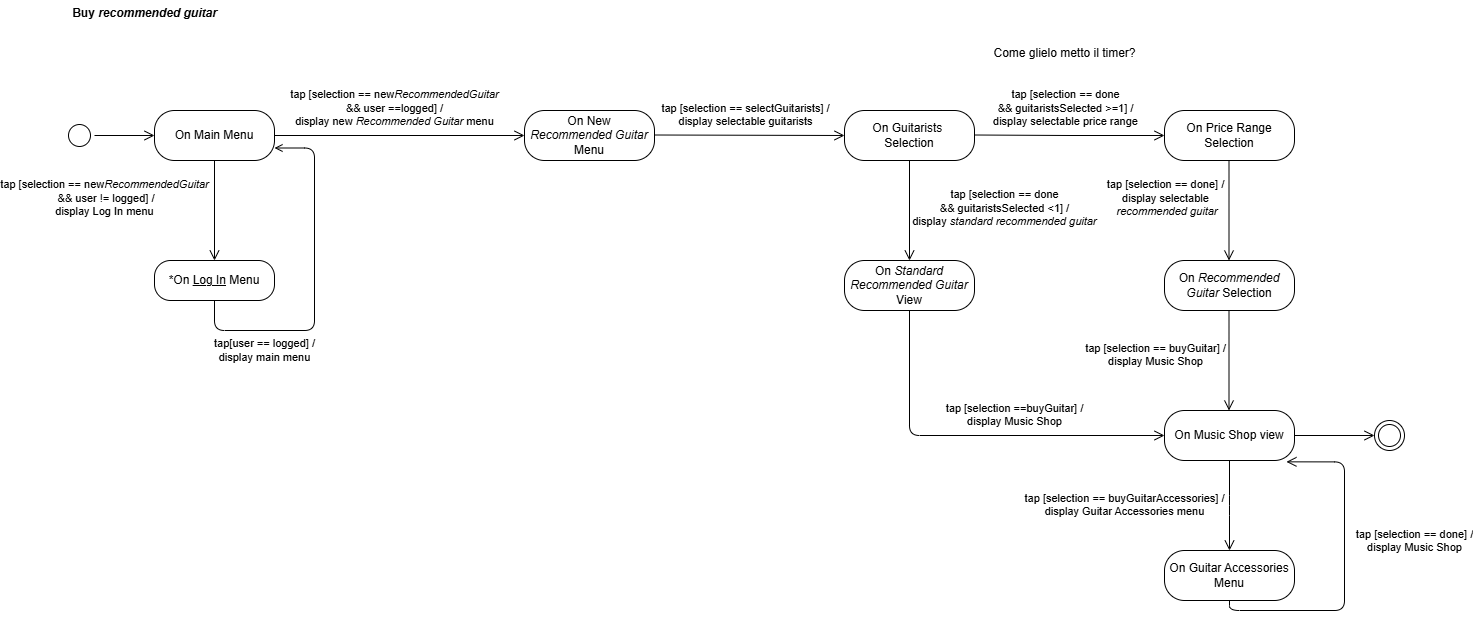
Earlier version of the draw.io export diagrams/StateDiagramM.drawio.png (TizianoLilli/ISPW-Project). Source tidied: cells renumbered, new cells last; positions are measured from the earlier drawing's top-left corner, leaving out a move shared by most shapes.
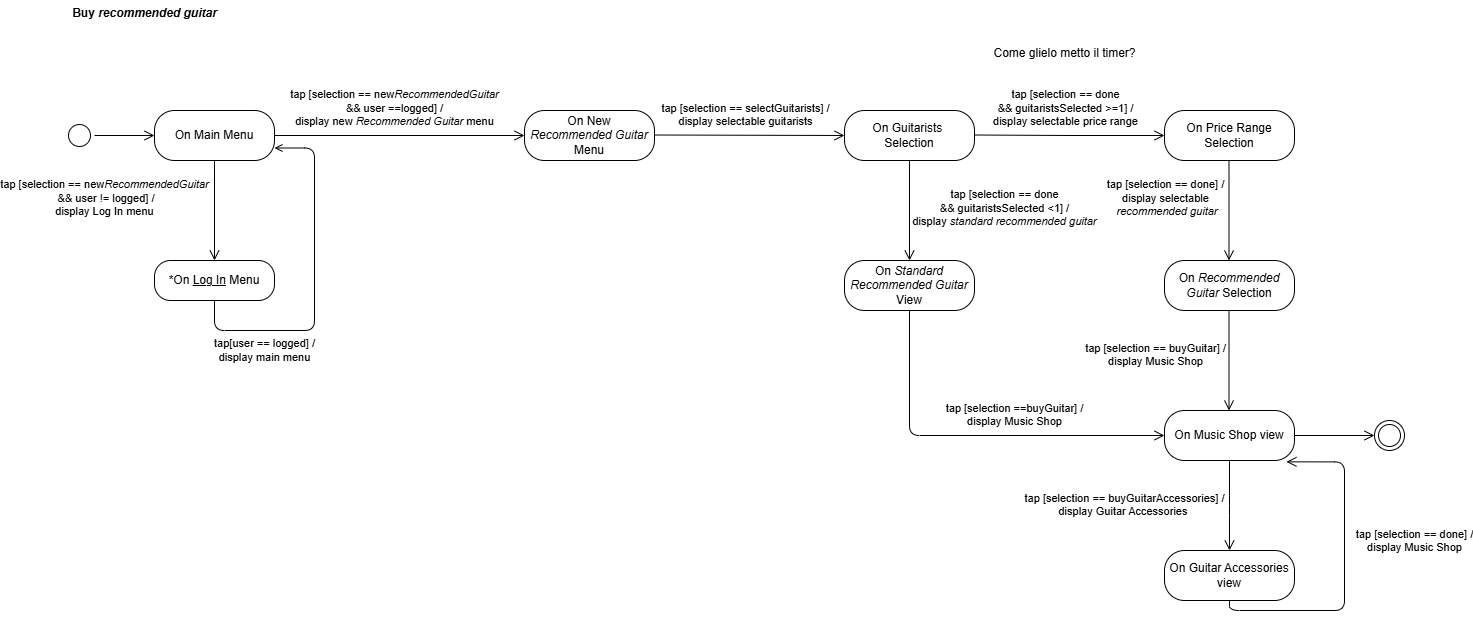
Later version of the same file.

What changed in the source:
```diff
@@ -95,12 +95,12 @@
     <mxCell id="25" value="tap [selection ==buyGuitar] /&lt;div&gt;display Music Shop&lt;/div&gt;" style="edgeStyle=orthogonalEdgeStyle;html=1;verticalAlign=bottom;endArrow=open;endSize=8;rounded=1;labelBackgroundColor=none;fontColor=default;entryX=0;entryY=0.5;entryDx=0;entryDy=0;curved=0;exitX=0.5;exitY=1;exitDx=0;exitDy=0;" parent="1" edge="1" source="15" target="19">
       <mxGeometry x="0.21" y="5" relative="1" as="geometry" />
     </mxCell>
-    <mxCell id="26" value="tap [selection == buyGuitarAccessories&lt;span style=&quot;background-color: initial;&quot;&gt;] /&lt;/span&gt;&lt;div&gt;&lt;div&gt;display Guitar Accessories menu&lt;/div&gt;&lt;/div&gt;" style="edgeStyle=orthogonalEdgeStyle;html=1;verticalAlign=bottom;endArrow=open;endSize=8;rounded=1;labelBackgroundColor=none;fontColor=default;curved=0;exitX=0.5;exitY=1;exitDx=0;exitDy=0;" parent="1" edge="1" source="19">
+    <mxCell id="26" value="tap [selection == buyGuitarAccessories&lt;span style=&quot;background-color: initial;&quot;&gt;] /&lt;/span&gt;&lt;div&gt;&lt;div&gt;display Guitar Accessories&amp;nbsp;&lt;/div&gt;&lt;/div&gt;" style="edgeStyle=orthogonalEdgeStyle;html=1;verticalAlign=bottom;endArrow=open;endSize=8;rounded=1;labelBackgroundColor=none;fontColor=default;curved=0;exitX=0.5;exitY=1;exitDx=0;exitDy=0;" parent="1" edge="1" source="19">
       <mxGeometry x="0.37" y="-105" relative="1" as="geometry">
         <mxPoint x="1165" y="550" as="targetPoint" />
       </mxGeometry>
     </mxCell>
-    <mxCell id="27" value="On Guitar Accessories Menu" style="rounded=1;whiteSpace=wrap;html=1;arcSize=40;labelBackgroundColor=none;" parent="1" vertex="1">
+    <mxCell id="27" value="On Guitar Accessories view" style="rounded=1;whiteSpace=wrap;html=1;arcSize=40;labelBackgroundColor=none;" parent="1" vertex="1">
       <mxGeometry x="1100" y="550" width="130" height="50" as="geometry" />
     </mxCell>
     <mxCell id="28" value="tap [selection == done] /&lt;div&gt;display Music Shop&lt;/div&gt;" style="edgeStyle=orthogonalEdgeStyle;html=1;verticalAlign=bottom;endArrow=open;endSize=8;rounded=1;labelBackgroundColor=none;fontColor=default;curved=0;exitX=0.5;exitY=1;exitDx=0;exitDy=0;entryX=0.938;entryY=1.027;entryDx=0;entryDy=0;entryPerimeter=0;" parent="1" edge="1" source="27" target="19">
```
